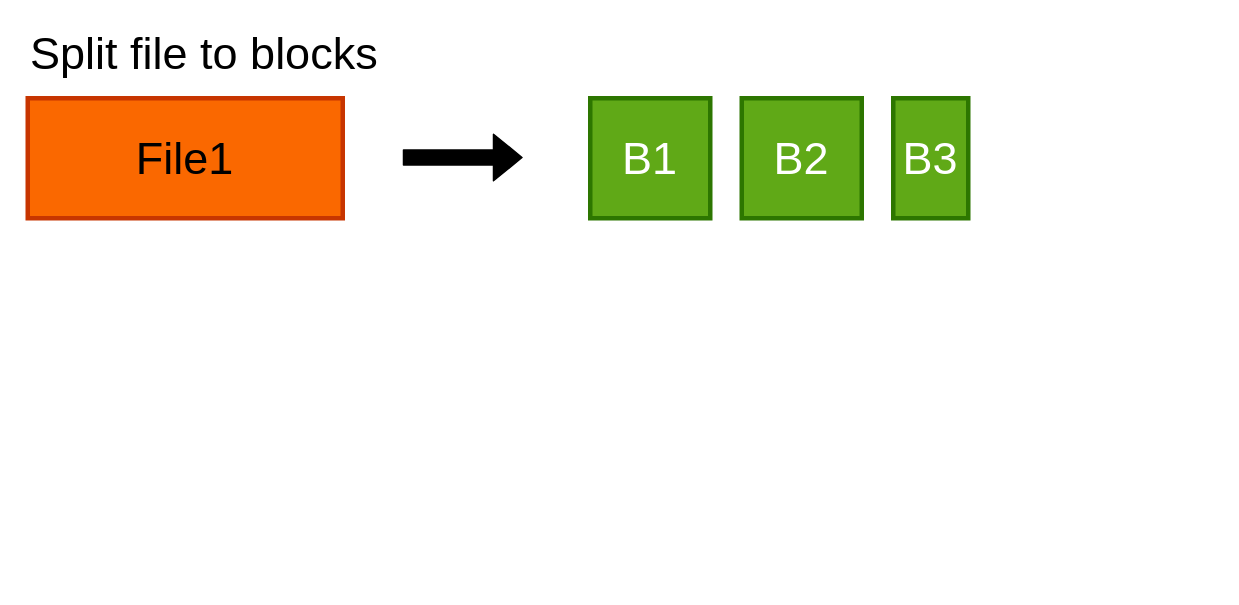
Before: page "Copy of storage" (2 of 31) of ozone.drawio in elek/ozone-videos, a draw.io diagram. Source tidied: cells renumbered, new cells numbered last; positions are measured from the earlier drawing's top-left corner, leaving out a move shared by most shapes. Both pictures are drawn from the tidied source at 150%, with x=0, y=0 at pixel (27, 38).
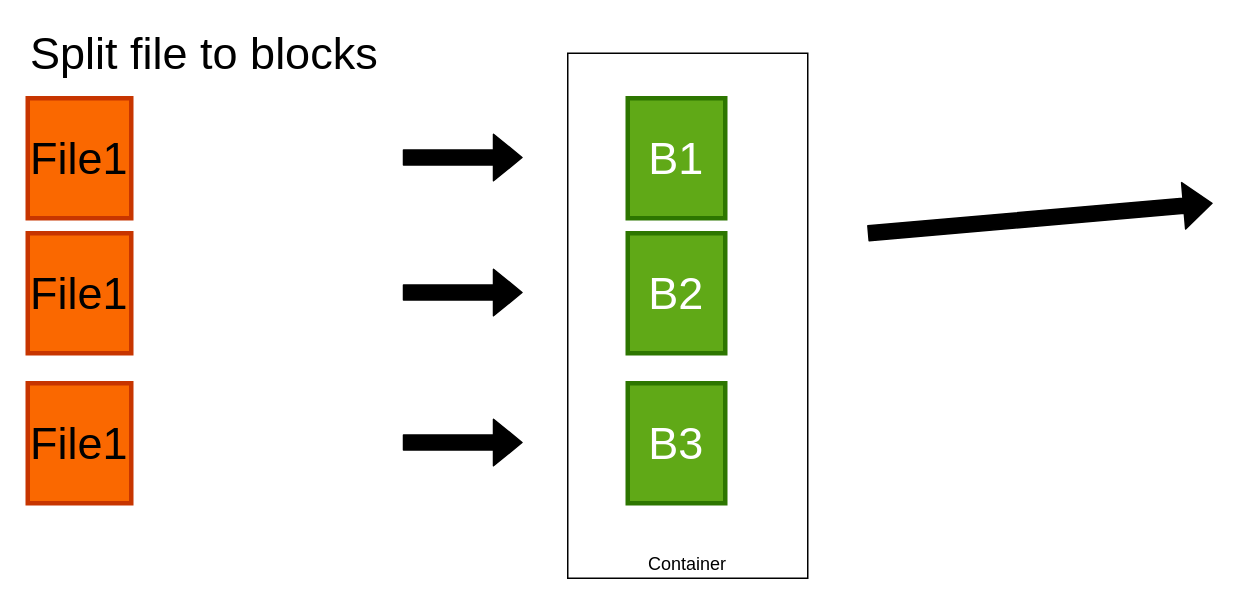
The same page after the edit.

The edit, as a diff of the source:
```diff
@@
 <mxGraphModel>
   <root>
     <mxCell id="0" />
     <mxCell id="1" parent="0" />
+    <mxCell id="8" value="Container" style="rounded=0;whiteSpace=wrap;html=1;verticalAlign=bottom;" parent="1" vertex="1">
+      <mxGeometry x="360" y="10" width="160" height="350" as="geometry" />
+    </mxCell>
     <mxCell id="2" value="&lt;font style=&quot;font-size: 30px&quot;&gt;File1&lt;/font&gt;" style="rounded=0;whiteSpace=wrap;html=1;fillColor=#fa6800;strokeColor=#C73500;fontColor=#000000;strokeWidth=3;" parent="1" vertex="1">
-      <mxGeometry y="40" width="210" height="80" as="geometry" />
+      <mxGeometry y="40" width="69" height="80" as="geometry" />
     </mxCell>
     <mxCell id="3" value="&lt;font style=&quot;font-size: 30px&quot;&gt;B1&lt;/font&gt;" style="rounded=0;whiteSpace=wrap;html=1;fillColor=#60a917;strokeColor=#2D7600;fontColor=#ffffff;strokeWidth=3;" parent="1" vertex="1">
-      <mxGeometry x="375" y="40" width="80" height="80" as="geometry" />
+      <mxGeometry x="400" y="40" width="65" height="80" as="geometry" />
     </mxCell>
-    <mxCell id="4" value="&lt;font style=&quot;font-size: 30px&quot;&gt;B2&lt;/font&gt;" style="rounded=0;whiteSpace=wrap;html=1;fillColor=#60a917;strokeColor=#2D7600;fontColor=#ffffff;strokeWidth=3;" parent="1" vertex="1">
-      <mxGeometry x="476" y="40" width="80" height="80" as="geometry" />
-    </mxCell>
-    <mxCell id="5" value="&lt;font style=&quot;font-size: 30px&quot;&gt;B3&lt;/font&gt;" style="rounded=0;whiteSpace=wrap;html=1;fillColor=#60a917;strokeColor=#2D7600;fontColor=#ffffff;strokeWidth=3;" parent="1" vertex="1">
-      <mxGeometry x="577" y="40" width="50" height="80" as="geometry" />
-    </mxCell>
     <mxCell id="6" style="shape=flexArrow;endArrow=classic;html=1;fontColor=#000000;strokeColor=#000000;fillColor=#000000;" parent="1" edge="1">
       <mxGeometry relative="1" as="geometry">
         <mxPoint x="250" y="79.5" as="sourcePoint" />
         <mxPoint x="330" y="79.5" as="targetPoint" />
       </mxGeometry>
     </mxCell>
     <mxCell id="7" value="&lt;font style=&quot;font-size: 30px&quot;&gt;Split file to blocks&lt;/font&gt;" style="text;html=1;strokeColor=none;fillColor=none;align=left;verticalAlign=middle;whiteSpace=wrap;rounded=0;fontColor=#000000;" parent="1" vertex="1">
       <mxGeometry width="310" height="20" as="geometry" />
     </mxCell>
+    <mxCell id="9" value="&lt;font style=&quot;font-size: 30px&quot;&gt;File1&lt;/font&gt;" style="rounded=0;whiteSpace=wrap;html=1;fillColor=#fa6800;strokeColor=#C73500;fontColor=#000000;strokeWidth=3;" parent="1" vertex="1">
+      <mxGeometry y="130" width="69" height="80" as="geometry" />
+    </mxCell>
+    <mxCell id="4" value="&lt;font style=&quot;font-size: 30px&quot;&gt;B2&lt;/font&gt;" style="rounded=0;whiteSpace=wrap;html=1;fillColor=#60a917;strokeColor=#2D7600;fontColor=#ffffff;strokeWidth=3;" parent="1" vertex="1">
+      <mxGeometry x="400" y="130" width="65" height="80" as="geometry" />
+    </mxCell>
+    <mxCell id="10" style="shape=flexArrow;endArrow=classic;html=1;fontColor=#000000;strokeColor=#000000;fillColor=#000000;" parent="1" edge="1">
+      <mxGeometry relative="1" as="geometry">
+        <mxPoint x="250" y="169.5" as="sourcePoint" />
+        <mxPoint x="330" y="169.5" as="targetPoint" />
+      </mxGeometry>
+    </mxCell>
+    <mxCell id="11" value="&lt;font style=&quot;font-size: 30px&quot;&gt;File1&lt;/font&gt;" style="rounded=0;whiteSpace=wrap;html=1;fillColor=#fa6800;strokeColor=#C73500;fontColor=#000000;strokeWidth=3;" parent="1" vertex="1">
+      <mxGeometry y="230" width="69" height="80" as="geometry" />
+    </mxCell>
+    <mxCell id="5" value="&lt;font style=&quot;font-size: 30px&quot;&gt;B3&lt;/font&gt;" style="rounded=0;whiteSpace=wrap;html=1;fillColor=#60a917;strokeColor=#2D7600;fontColor=#ffffff;strokeWidth=3;" parent="1" vertex="1">
+      <mxGeometry x="400" y="230" width="65" height="80" as="geometry" />
+    </mxCell>
+    <mxCell id="12" style="shape=flexArrow;endArrow=classic;html=1;fontColor=#000000;strokeColor=#000000;fillColor=#000000;" parent="1" edge="1">
+      <mxGeometry relative="1" as="geometry">
+        <mxPoint x="250" y="269.5" as="sourcePoint" />
+        <mxPoint x="330" y="269.5" as="targetPoint" />
+      </mxGeometry>
+    </mxCell>
+    <mxCell id="13" style="shape=flexArrow;endArrow=classic;html=1;fontColor=#000000;strokeColor=#000000;fillColor=#000000;" parent="1" edge="1">
+      <mxGeometry relative="1" as="geometry">
+        <mxPoint x="560" y="130" as="sourcePoint" />
+        <mxPoint x="790" y="110" as="targetPoint" />
+      </mxGeometry>
+    </mxCell>
   </root>
 </mxGraphModel>
```
